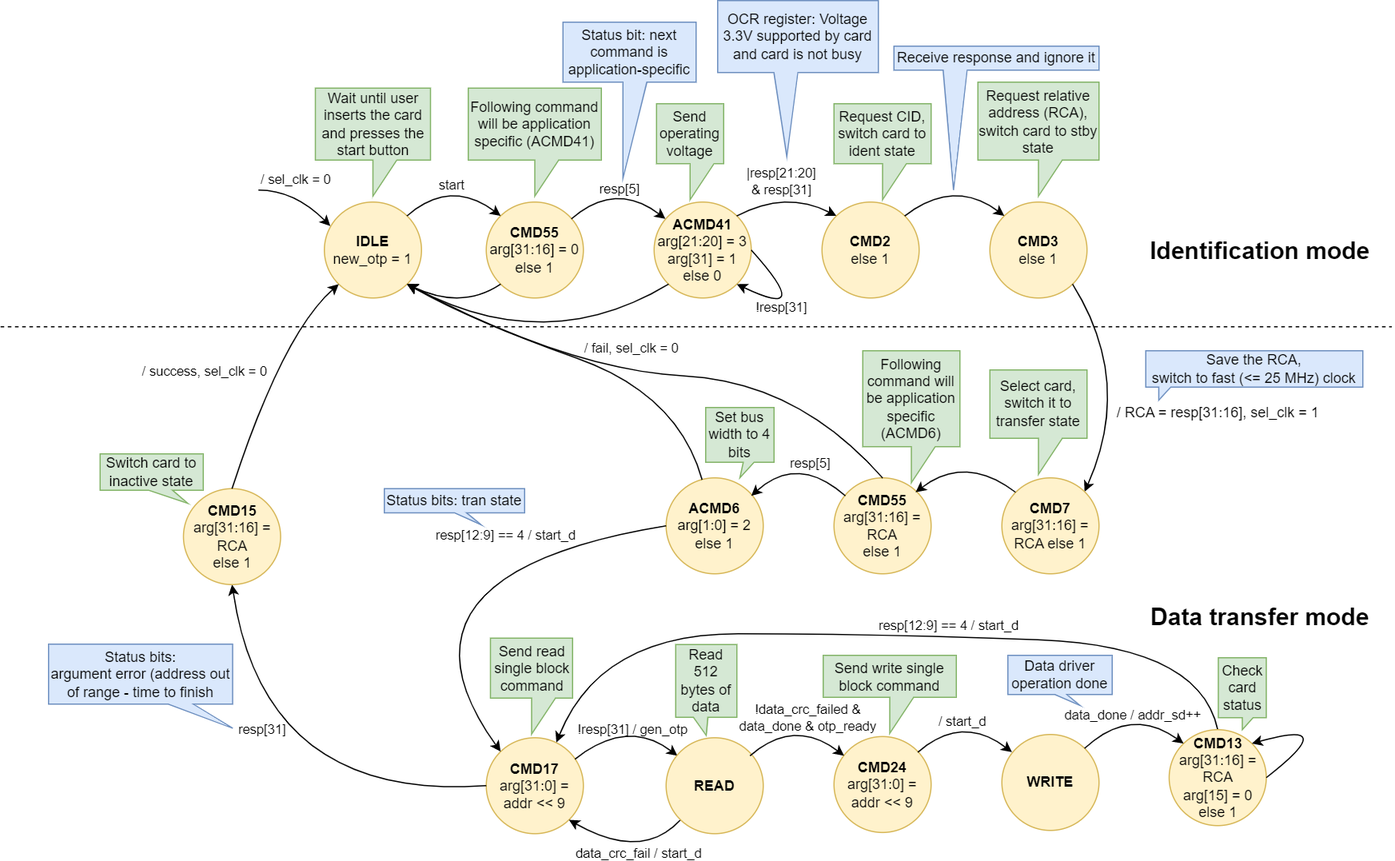
sirazenkov/GhostSD keeps this draw.io diagram as docs/SD/SD_fpga_states.png. Above is the earlier version. Source tidied: cells renumbered, new cells last; positions are measured from the earlier drawing's top-left corner, leaving out a move shared by most shapes.
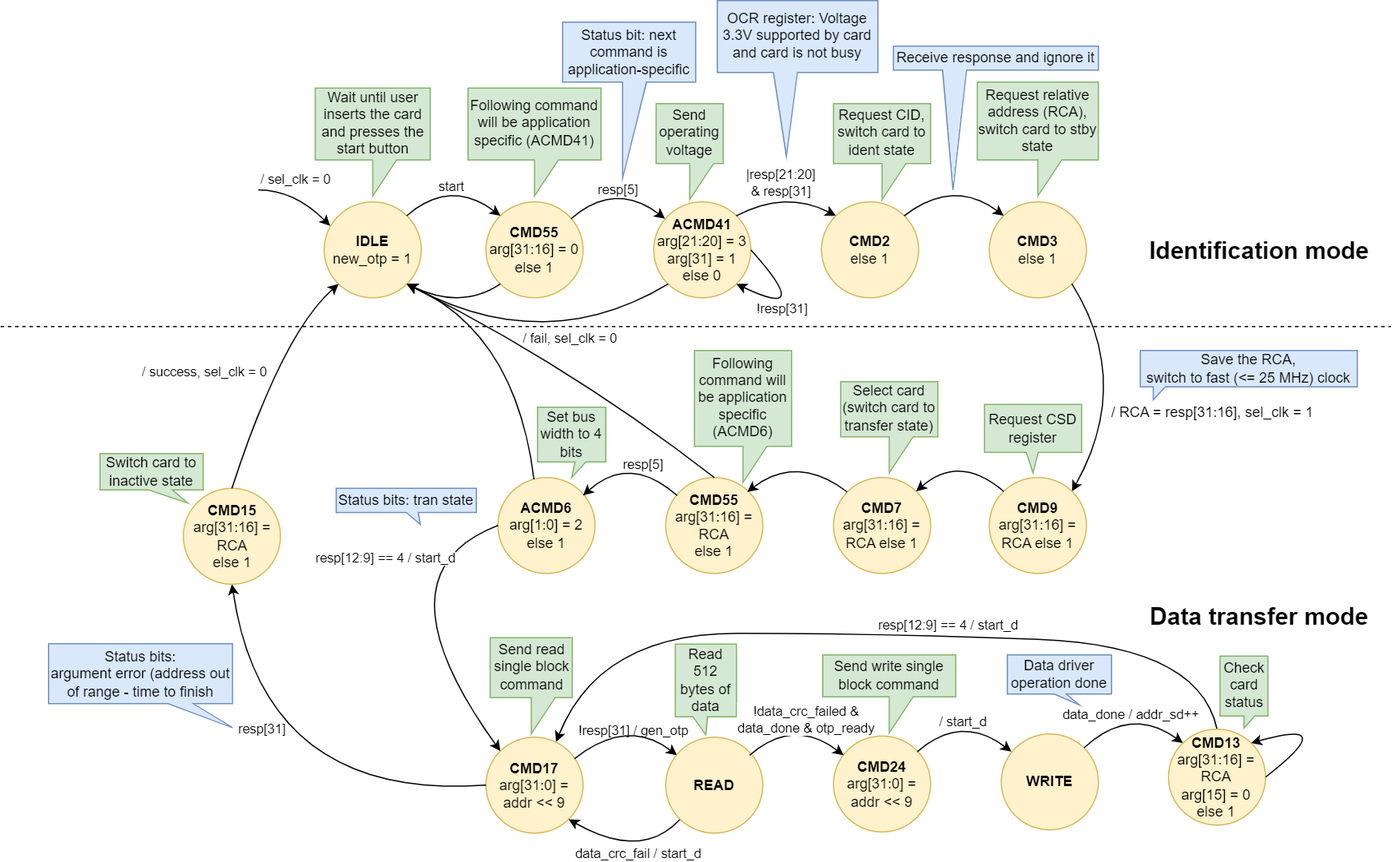
After the change.

The edit, as a diff of the source:
```diff
@@ -84,9 +84,9 @@
       </mxGeometry>
     </mxCell>
     <mxCell id="17" value="/ RCA = resp[31:16], sel_clk = 1" style="text;html=1;align=center;verticalAlign=middle;strokeColor=none;fillColor=none;" parent="1" vertex="1">
-      <mxGeometry x="920" y="329" width="190" height="30" as="geometry" />
+      <mxGeometry x="916" y="329" width="190" height="30" as="geometry" />
     </mxCell>
-    <mxCell id="18" style="curved=1;endArrow=classic;html=1;rounded=0;exitX=1;exitY=1;exitDx=0;exitDy=0;entryX=1;entryY=0;entryDx=0;entryDy=0;" parent="1" edge="1" source="15" target="19">
+    <mxCell id="18" style="curved=1;endArrow=classic;html=1;rounded=0;exitX=1;exitY=1;exitDx=0;exitDy=0;entryX=1;entryY=0;entryDx=0;entryDy=0;" parent="1" edge="1" source="15" target="79">
       <mxGeometry relative="1" as="geometry">
         <Array as="points">
           <mxPoint x="945" y="318" />
@@ -94,29 +94,29 @@
       </mxGeometry>
     </mxCell>
     <mxCell id="19" value="&lt;b&gt;CMD7&lt;/b&gt;&lt;br&gt;arg[31:16] = RCA else 1" style="ellipse;whiteSpace=wrap;html=1;fillColor=#fff2cc;strokeColor=#d6b656;" parent="1" vertex="1">
-      <mxGeometry x="835" y="398" width="81" height="80" as="geometry" />
+      <mxGeometry x="695" y="398" width="81" height="80" as="geometry" />
     </mxCell>
     <mxCell id="20" value="&lt;b&gt;CMD55&lt;/b&gt;&lt;br&gt;arg[31:16] = RCA&lt;br&gt;else 1" style="ellipse;whiteSpace=wrap;html=1;fillColor=#fff2cc;strokeColor=#d6b656;" parent="1" vertex="1">
-      <mxGeometry x="695" y="398" width="81" height="80" as="geometry" />
+      <mxGeometry x="555" y="398" width="81" height="80" as="geometry" />
     </mxCell>
     <mxCell id="21" style="curved=1;endArrow=none;html=1;rounded=0;exitX=1;exitY=0;exitDx=0;exitDy=0;entryX=0;entryY=0;entryDx=0;entryDy=0;startArrow=classic;startFill=1;endFill=0;" parent="1" edge="1">
       <mxGeometry relative="1" as="geometry">
-        <mxPoint x="763" y="410" as="sourcePoint" />
-        <mxPoint x="846.4" y="410" as="targetPoint" />
+        <mxPoint x="623" y="410" as="sourcePoint" />
+        <mxPoint x="706.4" y="410" as="targetPoint" />
         <Array as="points">
-          <mxPoint x="804.7" y="378.3" />
+          <mxPoint x="664.7" y="378.3" />
         </Array>
       </mxGeometry>
     </mxCell>
     <mxCell id="22" value="&lt;b&gt;ACMD6&lt;/b&gt;&lt;br&gt;arg[1:0] = 2&lt;br&gt;else 1" style="ellipse;whiteSpace=wrap;html=1;fillColor=#fff2cc;strokeColor=#d6b656;" parent="1" vertex="1">
-      <mxGeometry x="555" y="398" width="81" height="80" as="geometry" />
+      <mxGeometry x="415" y="398" width="81" height="80" as="geometry" />
     </mxCell>
     <mxCell id="23" style="curved=1;endArrow=none;html=1;rounded=0;entryX=0;entryY=0;entryDx=0;entryDy=0;exitX=1;exitY=0;exitDx=0;exitDy=0;startArrow=classic;startFill=1;endFill=0;" parent="1" edge="1">
       <mxGeometry relative="1" as="geometry">
-        <mxPoint x="626" y="413" as="sourcePoint" />
-        <mxPoint x="704.4" y="413" as="targetPoint" />
+        <mxPoint x="486" y="413" as="sourcePoint" />
+        <mxPoint x="564.4" y="413" as="targetPoint" />
         <Array as="points">
-          <mxPoint x="665" y="378" />
+          <mxPoint x="525" y="378" />
         </Array>
       </mxGeometry>
     </mxCell>
@@ -137,7 +137,7 @@
     </mxCell>
     <mxCell id="27" value="resp[12:9] == 4 / start_d" style="edgeLabel;html=1;align=center;verticalAlign=middle;" parent="26" vertex="1">
       <mxGeometry x="0.23" y="-13" relative="1" as="geometry">
-        <mxPoint x="26" y="-32" as="offset" />
+        <mxPoint x="6" y="-26" as="offset" />
       </mxGeometry>
     </mxCell>
     <mxCell id="28" value="&lt;b&gt;CMD24&lt;/b&gt;&lt;br&gt;arg[31:0] = addr &amp;lt;&amp;lt; 9" style="ellipse;whiteSpace=wrap;html=1;fillColor=#fff2cc;strokeColor=#d6b656;" parent="1" vertex="1">
@@ -212,22 +212,20 @@
     </mxCell>
     <mxCell id="41" value="/ fail, sel_clk = 0" style="edgeLabel;html=1;align=center;verticalAlign=middle;" parent="40" vertex="1">
       <mxGeometry x="0.34" y="-23" relative="1" as="geometry">
-        <mxPoint x="150" y="61" as="offset" />
+        <mxPoint x="99" y="53" as="offset" />
       </mxGeometry>
     </mxCell>
     <mxCell id="42" style="curved=1;endArrow=classic;html=1;rounded=0;exitX=0.5;exitY=0;exitDx=0;exitDy=0;entryX=1;entryY=1;entryDx=0;entryDy=0;" parent="1" edge="1" source="20" target="2">
       <mxGeometry relative="1" as="geometry">
         <Array as="points">
-          <mxPoint x="665" y="318" />
-          <mxPoint x="475" y="308" />
+          <mxPoint x="480" y="308" />
         </Array>
       </mxGeometry>
     </mxCell>
     <mxCell id="43" style="curved=1;endArrow=classic;html=1;rounded=0;exitX=0.371;exitY=0.019;exitDx=0;exitDy=0;entryX=1;entryY=1;entryDx=0;entryDy=0;exitPerimeter=0;" parent="1" edge="1" source="22" target="2">
       <mxGeometry relative="1" as="geometry">
         <Array as="points">
-          <mxPoint x="565" y="328" />
-          <mxPoint x="395" y="268" />
+          <mxPoint x="430" y="278" />
         </Array>
       </mxGeometry>
     </mxCell>
@@ -241,10 +239,10 @@
       <mxGeometry x="83" y="378" width="86" height="41.2" as="geometry" />
     </mxCell>
     <mxCell id="47" value="Set bus width to 4 bits" style="shape=callout;whiteSpace=wrap;html=1;perimeter=calloutPerimeter;fillColor=#d5e8d4;strokeColor=#82b366;size=13;position=0.55;base=9;" parent="1" vertex="1">
-      <mxGeometry x="588" y="339.2" width="57" height="58.8" as="geometry" />
+      <mxGeometry x="448" y="339.2" width="57" height="58.8" as="geometry" />
     </mxCell>
     <mxCell id="48" value="Following command will be application specific (ACMD6)" style="shape=callout;whiteSpace=wrap;html=1;perimeter=calloutPerimeter;fillColor=#d5e8d4;strokeColor=#82b366;" parent="1" vertex="1">
-      <mxGeometry x="719" y="292" width="81" height="110" as="geometry" />
+      <mxGeometry x="579" y="292" width="81" height="110" as="geometry" />
     </mxCell>
     <mxCell id="49" value="Send operating voltage" style="shape=callout;whiteSpace=wrap;html=1;perimeter=calloutPerimeter;fillColor=#d5e8d4;strokeColor=#82b366;" parent="1" vertex="1">
       <mxGeometry x="547" y="86" width="56" height="80" as="geometry" />
@@ -267,8 +265,8 @@
     <mxCell id="54" value="&lt;font style=&quot;font-size: 20px;&quot;&gt;&lt;b&gt;Data transfer mode&lt;/b&gt;&lt;/font&gt;" style="text;html=1;strokeColor=none;fillColor=none;align=center;verticalAlign=middle;whiteSpace=wrap;rounded=0;labelBackgroundColor=none;" parent="1" vertex="1">
       <mxGeometry x="955" y="498" width="191" height="30" as="geometry" />
     </mxCell>
-    <mxCell id="55" value="Select card, switch it to transfer state" style="shape=callout;whiteSpace=wrap;html=1;perimeter=calloutPerimeter;fillColor=#d5e8d4;strokeColor=#82b366;" parent="1" vertex="1">
-      <mxGeometry x="825" y="308" width="81" height="87" as="geometry" />
+    <mxCell id="55" value="Request CSD register" style="shape=callout;whiteSpace=wrap;html=1;perimeter=calloutPerimeter;fillColor=#d5e8d4;strokeColor=#82b366;size=17;position=0.43;base=10;" parent="1" vertex="1">
+      <mxGeometry x="821" y="337" width="81" height="57" as="geometry" />
     </mxCell>
     <mxCell id="56" value="Status bit: next command is application-specific" style="shape=callout;whiteSpace=wrap;html=1;perimeter=calloutPerimeter;fillColor=#dae8fc;strokeColor=#6c8ebf;size=80;position=0.45;position2=0.45;" parent="1" vertex="1">
       <mxGeometry x="469" y="18" width="111" height="130" as="geometry" />
@@ -280,10 +278,10 @@
       <mxGeometry x="745" y="38" width="171" height="120" as="geometry" />
     </mxCell>
     <mxCell id="59" value="Save the RCA,&lt;br&gt;switch to fast (&amp;lt;= 25 MHz) clock" style="shape=callout;whiteSpace=wrap;html=1;perimeter=calloutPerimeter;fillColor=#dae8fc;strokeColor=#6c8ebf;size=11;position=0.06;position2=0.06;base=10;" parent="1" vertex="1">
-      <mxGeometry x="955" y="292" width="181" height="41.2" as="geometry" />
+      <mxGeometry x="951" y="292" width="181" height="41.2" as="geometry" />
     </mxCell>
-    <mxCell id="60" value="Status bits: tran state" style="shape=callout;whiteSpace=wrap;html=1;perimeter=calloutPerimeter;fillColor=#dae8fc;strokeColor=#6c8ebf;size=10;position=0.5;position2=0.69;base=10;" parent="1" vertex="1">
-      <mxGeometry x="320" y="407" width="117" height="30.1" as="geometry" />
+    <mxCell id="60" value="Status bits: tran state" style="shape=callout;whiteSpace=wrap;html=1;perimeter=calloutPerimeter;fillColor=#dae8fc;strokeColor=#6c8ebf;size=10;position=0.5;position2=0.6;base=10;" parent="1" vertex="1">
+      <mxGeometry x="280" y="407" width="117" height="30.1" as="geometry" />
     </mxCell>
     <mxCell id="61" value="Status bits:&lt;br&gt;argument error (address out of range - time to finish" style="shape=callout;whiteSpace=wrap;html=1;perimeter=calloutPerimeter;fillColor=#dae8fc;strokeColor=#6c8ebf;size=20;position=0.65;position2=1;base=21;" parent="1" vertex="1">
       <mxGeometry x="40" y="536.7" width="153.5" height="70" as="geometry" />
@@ -324,7 +322,7 @@
       </mxGeometry>
     </mxCell>
     <mxCell id="69" value="Check card status" style="shape=callout;whiteSpace=wrap;html=1;perimeter=calloutPerimeter;fillColor=#d5e8d4;strokeColor=#82b366;size=10;position=0.5;base=9;position2=0.5;" parent="1" vertex="1">
-      <mxGeometry x="1015.5" y="548" width="40" height="60" as="geometry" />
+      <mxGeometry x="1017.5" y="547" width="40" height="60" as="geometry" />
     </mxCell>
     <mxCell id="70" style="curved=1;endArrow=classic;html=1;rounded=0;entryX=0;entryY=0;entryDx=0;entryDy=0;exitX=1;exitY=0;exitDx=0;exitDy=0;" parent="1" edge="1">
       <mxGeometry relative="1" as="geometry">
@@ -377,5 +375,18 @@
     <mxCell id="78" value="Data driver operation done" style="shape=callout;whiteSpace=wrap;html=1;perimeter=calloutPerimeter;fillColor=#dae8fc;strokeColor=#6c8ebf;size=9;position=0.45;position2=0.69;base=10;" parent="1" vertex="1">
       <mxGeometry x="840" y="546" width="87" height="41.7" as="geometry" />
     </mxCell>
+    <mxCell id="79" value="&lt;b&gt;CMD9&lt;/b&gt;&lt;br&gt;arg[31:16] = RCA else 1" style="ellipse;whiteSpace=wrap;html=1;fillColor=#fff2cc;strokeColor=#d6b656;" parent="1" vertex="1">
+      <mxGeometry x="825" y="398" width="81" height="80" as="geometry" />
+    </mxCell>
+    <mxCell id="80" style="curved=1;endArrow=none;html=1;rounded=0;entryX=0;entryY=0;entryDx=0;entryDy=0;startArrow=classic;startFill=1;endFill=0;exitX=1;exitY=0;exitDx=0;exitDy=0;" parent="1" edge="1" source="19" target="79">
+      <mxGeometry relative="1" as="geometry">
+        <Array as="points">
+          <mxPoint x="800" y="378" />
+        </Array>
+      </mxGeometry>
+    </mxCell>
+    <mxCell id="81" value="Select card&lt;br&gt;(switch card to transfer state)" style="shape=callout;whiteSpace=wrap;html=1;perimeter=calloutPerimeter;fillColor=#d5e8d4;strokeColor=#82b366;" parent="1" vertex="1">
+      <mxGeometry x="701" y="318" width="81" height="76" as="geometry" />
+    </mxCell>
   </root>
 </mxGraphModel>
```
